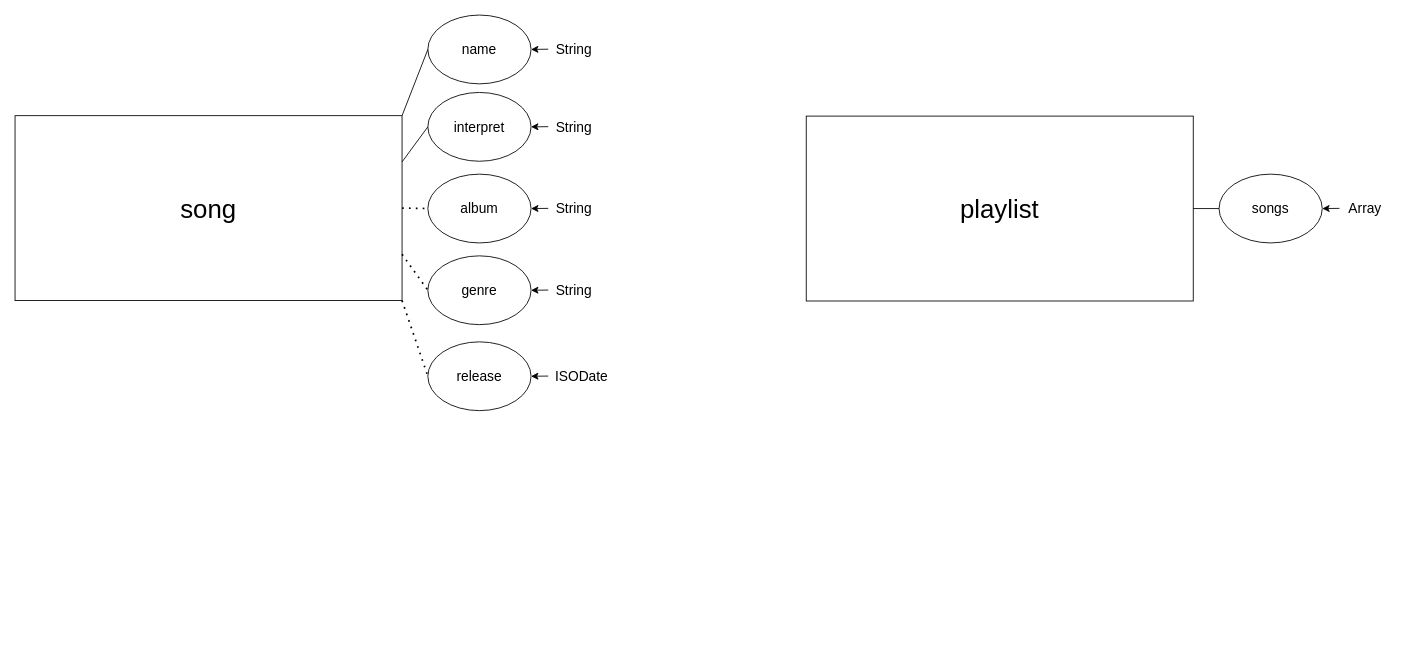
This is m165-jukebox.drawio from jzelAdmin2006/m165-jukebox, a draw.io file, before an edit. Source tidied: cells renumbered, new cells numbered last; positions are measured from the earlier drawing's top-left corner, leaving out a move shared by most shapes. Both pictures are drawn from the tidied source at 86%, with x=0, y=0 at pixel (15, 15).
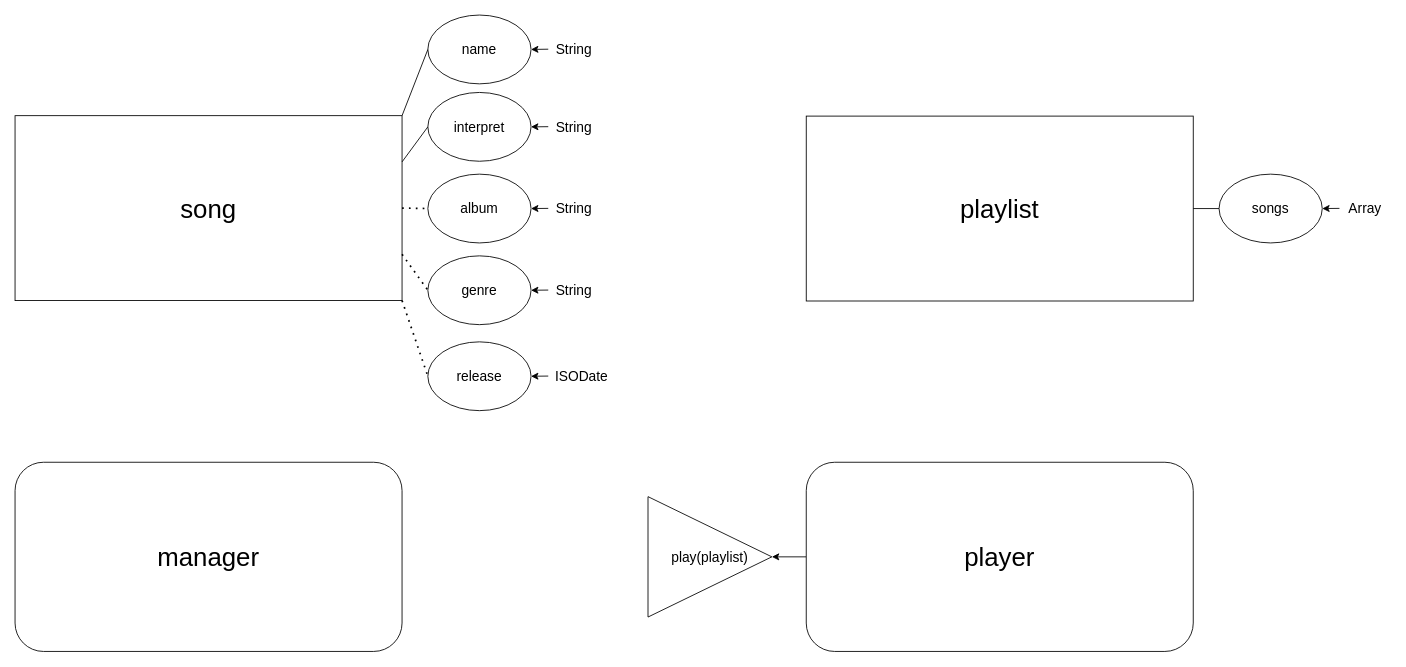
The same diagram, later.

What changed in the source:
```diff
@@
+    <mxCell id="28" value="&lt;span style=&quot;font-size: 30px;&quot;&gt;manager&lt;/span&gt;" style="rounded=1;whiteSpace=wrap;html=1;fontSize=16;" parent="1" vertex="1">
+      <mxGeometry y="520" width="450" height="220" as="geometry" />
+    </mxCell>
+    <mxCell id="29" style="edgeStyle=orthogonalEdgeStyle;rounded=0;jettySize=auto;html=1;entryX=1;entryY=0.5;entryDx=0;entryDy=0;fontSize=16;" parent="1" edge="1" source="30" target="31">
+      <mxGeometry relative="1" as="geometry" />
+    </mxCell>
+    <mxCell id="30" value="&lt;span style=&quot;font-size: 30px;&quot;&gt;player&lt;/span&gt;" style="rounded=1;whiteSpace=wrap;html=1;fontSize=16;" parent="1" vertex="1">
+      <mxGeometry x="920" y="520" width="450" height="220" as="geometry" />
+    </mxCell>
+    <mxCell id="31" value="play(playlist)" style="triangle;whiteSpace=wrap;html=1;fontSize=16;" parent="1" vertex="1">
+      <mxGeometry x="736" y="560" width="144" height="140" as="geometry" />
+    </mxCell>
```
